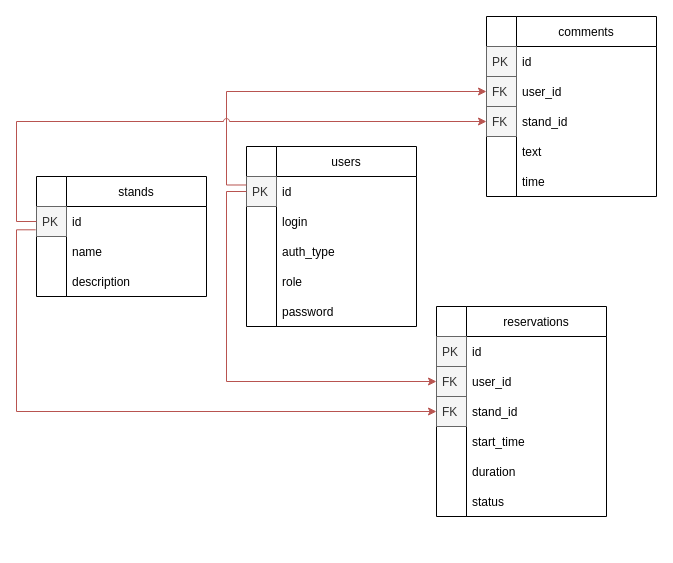
DorofD/StandPlanner keeps this draw.io diagram as backend/db.drawio. Above is the earlier version. Source tidied: cells renumbered, new cells numbered last; positions are measured from the earlier drawing's top-left corner, leaving out a move shared by most shapes. Both pictures are drawn from the tidied source at 100%, with x=0, y=0 at pixel (36, 16).
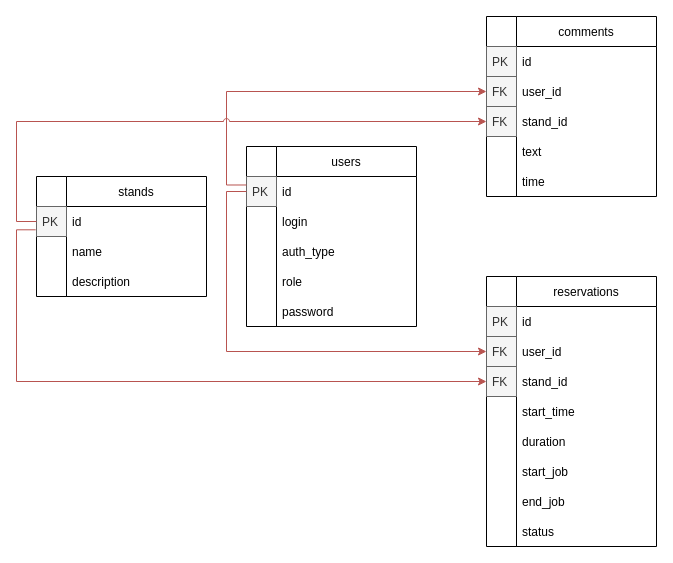
The same diagram, later.

Change to the diagram source:
```diff
@@
     <mxCell id="22" value="reservations" style="swimlane;fontStyle=0;horizontal=1;startSize=30;" parent="1" vertex="1">
-      <mxGeometry x="430" y="290" width="140" height="210" as="geometry" />
+      <mxGeometry x="480" y="260" width="140" height="270" as="geometry" />
     </mxCell>
@@
+    <mxCell id="52" value="start_job" style="text;strokeColor=none;fillColor=none;align=left;verticalAlign=middle;spacingLeft=4;spacingRight=4;overflow=hidden;" parent="22" vertex="1">
+      <mxGeometry y="180" width="140" height="30" as="geometry" />
+    </mxCell>
+    <mxCell id="53" value="end_job" style="text;strokeColor=none;fillColor=none;align=left;verticalAlign=middle;spacingLeft=4;spacingRight=4;overflow=hidden;" parent="22" vertex="1">
+      <mxGeometry y="210" width="140" height="30" as="geometry" />
+    </mxCell>
     <mxCell id="28" value="status" style="text;strokeColor=none;fillColor=none;align=left;verticalAlign=middle;spacingLeft=4;spacingRight=4;overflow=hidden;" parent="22" vertex="1">
-      <mxGeometry y="180" width="140" height="30" as="geometry" />
+      <mxGeometry y="240" width="140" height="30" as="geometry" />
     </mxCell>
     <mxCell id="29" style="swimlane;fontStyle=0;horizontal=1;startSize=30;" parent="1" vertex="1">
-      <mxGeometry x="400" y="290" width="30" height="210" as="geometry" />
+      <mxGeometry x="450" y="260" width="30" height="270" as="geometry" />
     </mxCell>
@@
+    <mxCell id="54" value=" " style="text;strokeColor=none;fillColor=none;align=left;verticalAlign=middle;spacingLeft=4;spacingRight=4;overflow=hidden;" parent="29" vertex="1">
+      <mxGeometry y="210" width="30" height="30" as="geometry" />
+    </mxCell>
+    <mxCell id="55" value=" " style="text;strokeColor=none;fillColor=none;align=left;verticalAlign=middle;spacingLeft=4;spacingRight=4;overflow=hidden;" parent="29" vertex="1">
+      <mxGeometry y="240" width="30" height="30" as="geometry" />
+    </mxCell>
```
